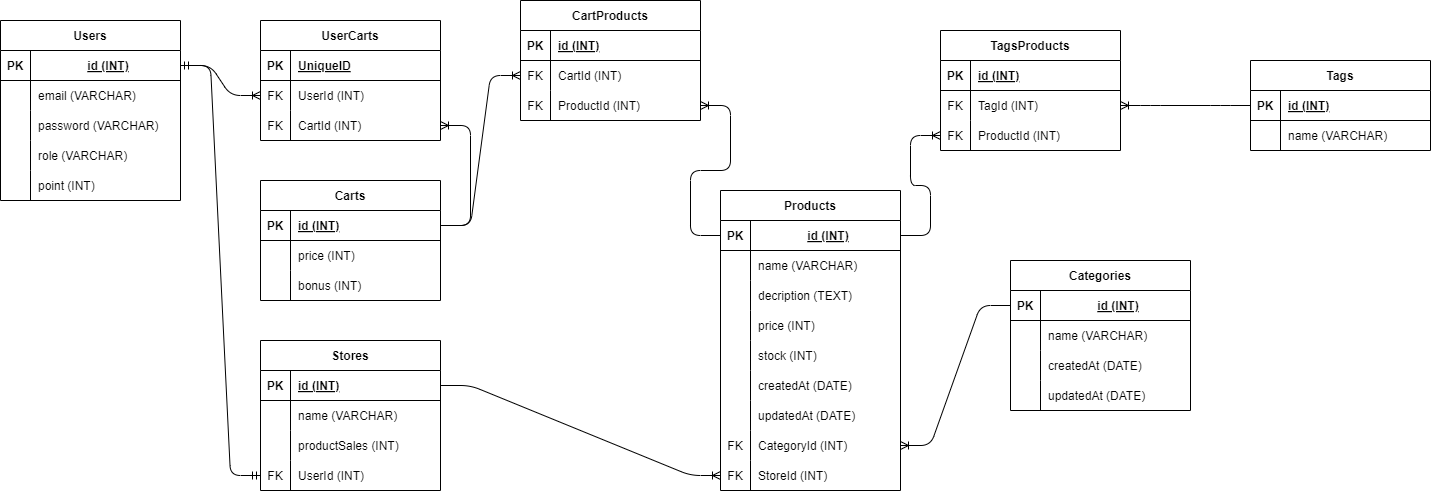
The draw.io diagram headBang.drawio.png in FauzhanWahyudi/HeadBang, before a commit. Source tidied: cells renumbered, new cells last; positions are measured from the earlier drawing's top-left corner, leaving out a move shared by most shapes.
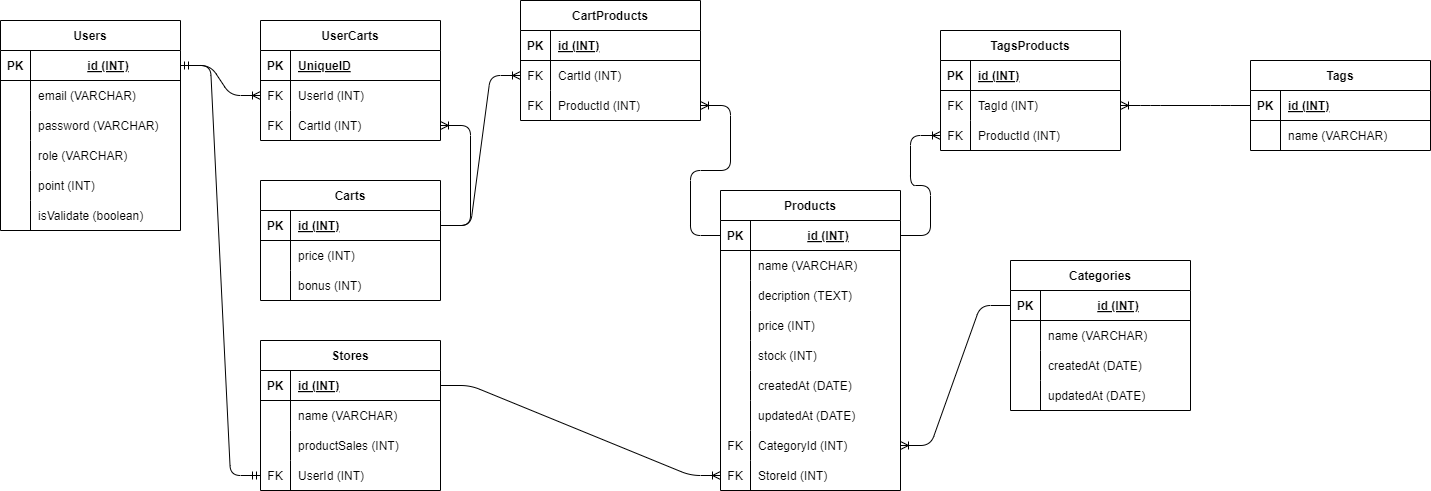
The same diagram one commit later.

What changed in the source:
```diff
@@ -3,7 +3,7 @@
     <mxCell id="0" />
     <mxCell id="1" parent="0" />
     <mxCell id="2" value="Users" style="shape=table;startSize=30;rowLines=0;fontStyle=1;align=center;" parent="1" vertex="1">
-      <mxGeometry y="20" width="180" height="180" as="geometry" />
+      <mxGeometry y="20" width="180" height="210" as="geometry" />
     </mxCell>
     <mxCell id="3" style="shape=tableRow;horizontal=0;startSize=0;swimlaneHead=0;swimlaneBody=0;fillColor=none;points=[[0,0.5],[1,0.5]];portConstraint=eastwest;top=0;left=0;right=0;bottom=1;" parent="2" vertex="1">
       <mxGeometry y="30" width="180" height="30" as="geometry" />
@@ -50,6 +50,15 @@
     <mxCell id="17" value="point (INT)" style="shape=partialRectangle;fillColor=none;top=0;left=0;bottom=0;right=0;align=left;spacingLeft=6;overflow=hidden;" parent="15" vertex="1">
       <mxGeometry x="30" width="150" height="30" as="geometry" />
     </mxCell>
+    <mxCell id="128" style="shape=tableRow;horizontal=0;startSize=0;swimlaneHead=0;swimlaneBody=0;fillColor=none;top=0;left=0;right=0;bottom=0;" parent="2" vertex="1">
+      <mxGeometry y="180" width="180" height="30" as="geometry" />
+    </mxCell>
+    <mxCell id="129" style="shape=partialRectangle;fillColor=none;top=0;left=0;bottom=0;right=0;overflow=hidden;" parent="128" vertex="1">
+      <mxGeometry width="30" height="30" as="geometry" />
+    </mxCell>
+    <mxCell id="130" value="isValidate (boolean)" style="shape=partialRectangle;fillColor=none;top=0;left=0;bottom=0;right=0;align=left;spacingLeft=6;overflow=hidden;" parent="128" vertex="1">
+      <mxGeometry x="30" width="150" height="30" as="geometry" />
+    </mxCell>
     <mxCell id="18" value="Products" style="shape=table;startSize=30;rowLines=0;fontStyle=1;align=center;" parent="1" vertex="1">
       <mxGeometry x="720" y="190" width="180" height="300" as="geometry" />
     </mxCell>
```
